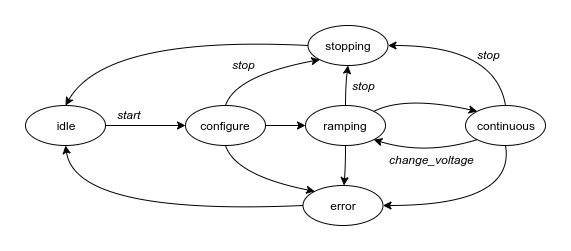
Before: docs/images/rpc_states.png, a diagram exported from draw.io (prakhub/diode-measurement). Source tidied: cells renumbered, new cells last; positions are measured from the earlier drawing's top-left corner, leaving out a move shared by most shapes.
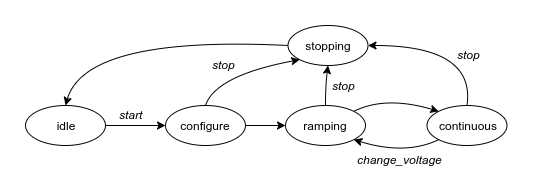
After the change.

What changed in the source:
```diff
@@ -6,7 +6,7 @@
       <mxGeometry relative="1" as="geometry" />
     </mxCell>
     <mxCell id="3" value="idle" style="ellipse;whiteSpace=wrap;html=1;" parent="1" vertex="1">
-      <mxGeometry y="80" width="80" height="40" as="geometry" />
+      <mxGeometry x="20" y="80" width="80" height="40" as="geometry" />
     </mxCell>
     <mxCell id="4" style="edgeStyle=orthogonalEdgeStyle;rounded=0;jettySize=auto;html=1;exitX=1;exitY=0.5;exitDx=0;exitDy=0;entryX=0;entryY=0.5;entryDx=0;entryDy=0;" parent="1" edge="1" source="5" target="6">
       <mxGeometry relative="1" as="geometry" />
@@ -18,11 +18,8 @@
       <mxGeometry x="280" y="80" width="80" height="40" as="geometry" />
     </mxCell>
     <mxCell id="7" value="continuous" style="ellipse;whiteSpace=wrap;html=1;" parent="1" vertex="1">
-      <mxGeometry x="440" y="80" width="80" height="40" as="geometry" />
+      <mxGeometry x="421.5" y="80" width="80" height="40" as="geometry" />
     </mxCell>
-    <mxCell id="8" value="error" style="ellipse;whiteSpace=wrap;html=1;" parent="1" vertex="1">
-      <mxGeometry x="277.5" y="160" width="80" height="40" as="geometry" />
-    </mxCell>
     <mxCell id="9" value="stopping" style="ellipse;whiteSpace=wrap;html=1;" parent="1" vertex="1">
       <mxGeometry x="282.5" width="80" height="40" as="geometry" />
     </mxCell>
@@ -33,13 +30,6 @@
         </Array>
       </mxGeometry>
     </mxCell>
-    <mxCell id="11" style="curved=1;endArrow=classic;html=1;entryX=0.5;entryY=1;entryDx=0;entryDy=0;exitX=0;exitY=0.5;exitDx=0;exitDy=0;" parent="1" edge="1" source="8" target="3">
-      <mxGeometry relative="1" as="geometry">
-        <Array as="points">
-          <mxPoint x="50" y="190" />
-        </Array>
-      </mxGeometry>
-    </mxCell>
     <mxCell id="12" style="curved=1;endArrow=classic;html=1;exitX=0.5;exitY=0;exitDx=0;exitDy=0;entryX=0;entryY=1;entryDx=0;entryDy=0;" parent="1" edge="1" source="5" target="9">
       <mxGeometry relative="1" as="geometry">
         <Array as="points">
@@ -61,29 +51,8 @@
         </Array>
       </mxGeometry>
     </mxCell>
-    <mxCell id="15" style="curved=1;endArrow=classic;html=1;exitX=0.5;exitY=1;exitDx=0;exitDy=0;entryX=0;entryY=0;entryDx=0;entryDy=0;" parent="1" edge="1" source="5" target="8">
-      <mxGeometry relative="1" as="geometry">
-        <Array as="points">
-          <mxPoint x="210" y="150" />
-        </Array>
-      </mxGeometry>
-    </mxCell>
-    <mxCell id="16" style="curved=1;endArrow=classic;html=1;exitX=0.5;exitY=1;exitDx=0;exitDy=0;" parent="1" edge="1" source="6" target="8">
-      <mxGeometry relative="1" as="geometry">
-        <Array as="points">
-          <mxPoint x="320" y="140" />
-        </Array>
-      </mxGeometry>
-    </mxCell>
-    <mxCell id="17" style="curved=1;endArrow=classic;html=1;exitX=0.5;exitY=1;exitDx=0;exitDy=0;entryX=1;entryY=0.5;entryDx=0;entryDy=0;" parent="1" edge="1" source="7" target="8">
-      <mxGeometry relative="1" as="geometry">
-        <Array as="points">
-          <mxPoint x="490" y="180" />
-        </Array>
-      </mxGeometry>
-    </mxCell>
     <mxCell id="18" value="start" style="text;html=1;align=left;verticalAlign=top;spacingTop=-4;fontStyle=2;" parent="1" vertex="1">
-      <mxGeometry x="90" y="80" width="40" height="20" as="geometry" />
+      <mxGeometry x="112" y="80" width="40" height="20" as="geometry" />
     </mxCell>
     <mxCell id="19" value="stop" style="text;html=1;align=left;verticalAlign=top;spacingTop=-4;fontStyle=2;" parent="1" vertex="1">
       <mxGeometry x="450" y="20" width="40" height="20" as="geometry" />
@@ -109,7 +78,7 @@
       </mxGeometry>
     </mxCell>
     <mxCell id="24" value="change_voltage" style="text;html=1;align=left;verticalAlign=top;spacingTop=-4;fontStyle=2;" parent="1" vertex="1">
-      <mxGeometry x="361.5" y="125" width="100" height="20" as="geometry" />
+      <mxGeometry x="349.5" y="125" width="100" height="20" as="geometry" />
     </mxCell>
   </root>
 </mxGraphModel>
```
